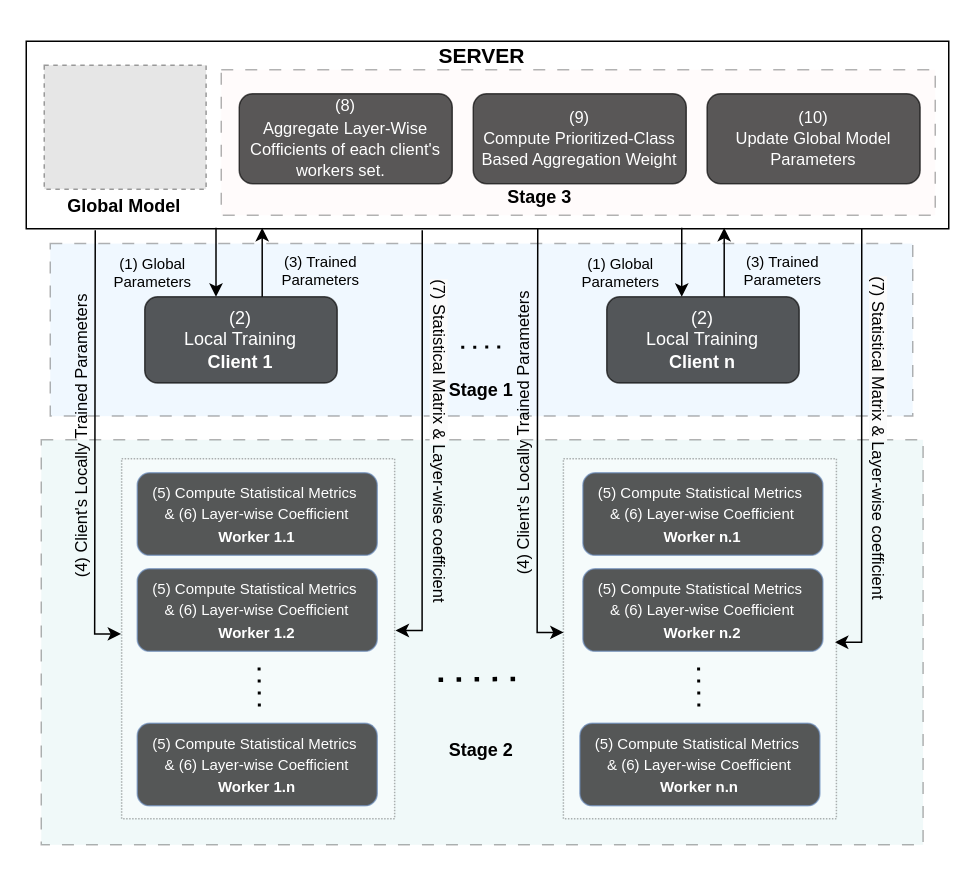
This is Copy of FedSat_FrameWork_Design.drawio from sujit880/Plotting_Graphs, a draw.io file, before an edit. Source tidied: cells renumbered, new cells numbered last; positions are measured from the earlier drawing's top-left corner, leaving out a move shared by most shapes. Both pictures are drawn from the tidied source at 150%, with x=0, y=0 at pixel (-70, 40). Pictures stored in the file or linked from it are replaced by grey dashed boxes.
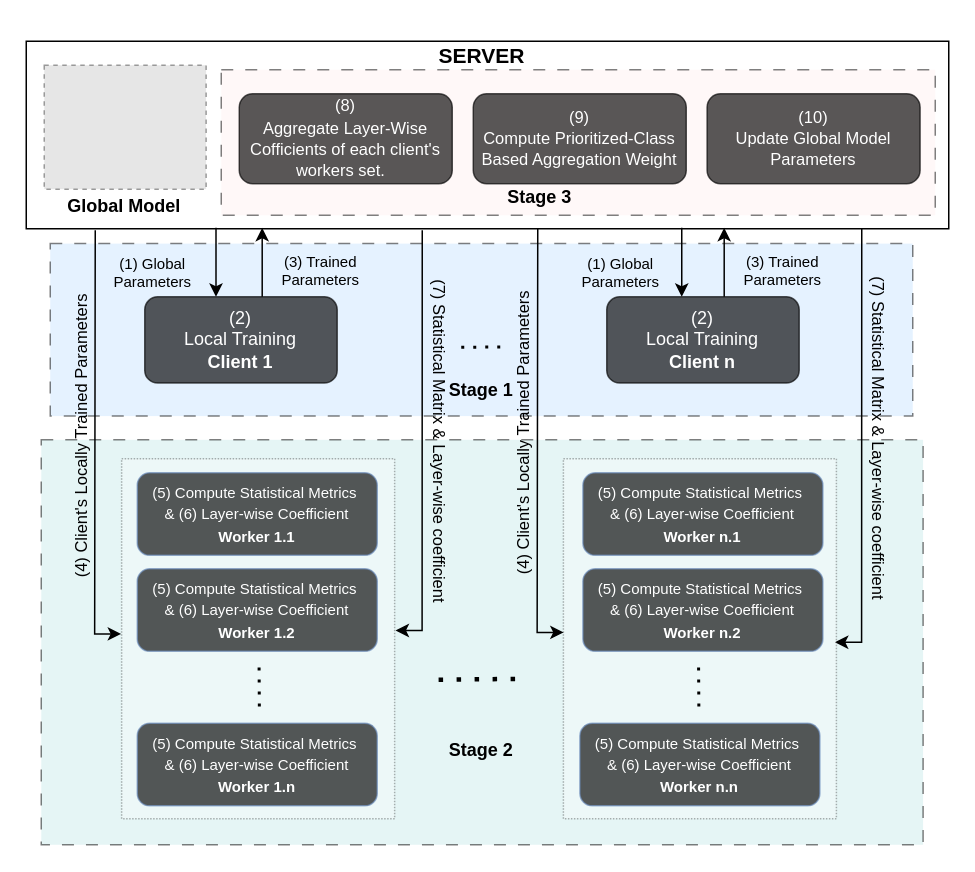
Above is the later version.

The edit, as a diff of the source:
```diff
@@
-    <mxCell id="2" style="rounded=0;whiteSpace=wrap;html=1;dashed=1;dashPattern=8 8;fillColor=#009999;fillOpacity=20;opacity=30;" parent="1" vertex="1">
+    <mxCell id="2" style="rounded=0;whiteSpace=wrap;html=1;dashed=1;dashPattern=8 8;fillColor=#009999;fillOpacity=20;opacity=50;" parent="1" vertex="1">
       <mxGeometry x="74" y="265.7" width="587.9" height="270" as="geometry" />
     </mxCell>
-    <mxCell id="3" style="rounded=0;whiteSpace=wrap;html=1;dashed=1;dashPattern=8 8;imageWidth=25;fillColor=#99CCFF;fillOpacity=50;opacity=30;" parent="1" vertex="1">
+    <mxCell id="3" style="rounded=0;whiteSpace=wrap;html=1;dashed=1;dashPattern=8 8;imageWidth=25;fillColor=#99CCFF;fillOpacity=50;opacity=50;" parent="1" vertex="1">
       <mxGeometry x="80" y="134.9" width="575" height="115" as="geometry" />
     </mxCell>
@@
-    <mxCell id="6" style="rounded=0;whiteSpace=wrap;html=1;dashed=1;dashPattern=8 8;fillColor=#FFCCCC;fillOpacity=30;strokeOpacity=100;opacity=30;" parent="1" vertex="1">
+    <mxCell id="6" style="rounded=0;whiteSpace=wrap;html=1;dashed=1;dashPattern=8 8;fillColor=#FFCCCC;fillOpacity=30;strokeOpacity=100;opacity=50;" parent="1" vertex="1">
       <mxGeometry x="194" y="19" width="476" height="97" as="geometry" />
     </mxCell>
-    <mxCell id="7" value="&lt;font style=&quot;font-size: 11px;&quot;&gt;&lt;font style=&quot;forced-color-adjust: none; color: rgb(0, 0, 0); font-family: Helvetica; font-style: normal; font-variant-ligatures: normal; font-variant-caps: normal; font-weight: 400; letter-spacing: normal; orphans: 2; text-align: center; text-indent: 0px; text-transform: none; widows: 2; word-spacing: 0px; -webkit-text-stroke-width: 0px; white-space: normal; background-color: rgb(251, 251, 251); text-decoration-thickness: initial; text-decoration-style: initial; text-decoration-color: initial; font-size: 11px;&quot;&gt;(7) Statistical Matrix &amp;amp;&amp;nbsp;&lt;/font&gt;&lt;span style=&quot;forced-color-adjust: none; color: rgb(0, 0, 0); font-family: Helvetica; font-style: normal; font-variant-ligatures: normal; font-variant-caps: normal; font-weight: 400; letter-spacing: normal; orphans: 2; text-align: center; text-indent: 0px; text-transform: none; widows: 2; word-spacing: 0px; -webkit-text-stroke-width: 0px; white-space: normal; background-color: initial; text-decoration-thickness: initial; text-decoration-style: initial; text-decoration-color: initial;&quot;&gt;Layer-wise coefficient&lt;/span&gt;&lt;/font&gt;" style="text;whiteSpace=wrap;html=1;flipH=1;flipV=1;direction=west;rotation=90;" parent="1" vertex="1">
+    <mxCell id="7" value="&lt;font style=&quot;font-size: 11px;&quot;&gt;&lt;font style=&quot;forced-color-adjust: none; color: rgb(0, 0, 0); font-family: Helvetica; font-style: normal; font-variant-ligatures: normal; font-variant-caps: normal; font-weight: 400; letter-spacing: normal; orphans: 2; text-align: center; text-indent: 0px; text-transform: none; widows: 2; word-spacing: 0px; -webkit-text-stroke-width: 0px; white-space: normal; text-decoration-thickness: initial; text-decoration-style: initial; text-decoration-color: initial; font-size: 11px;&quot;&gt;(7) Statistical Matrix &amp;amp;&amp;nbsp;&lt;/font&gt;&lt;span style=&quot;forced-color-adjust: none; color: rgb(0, 0, 0); font-family: Helvetica; font-style: normal; font-variant-ligatures: normal; font-variant-caps: normal; font-weight: 400; letter-spacing: normal; orphans: 2; text-align: center; text-indent: 0px; text-transform: none; widows: 2; word-spacing: 0px; -webkit-text-stroke-width: 0px; white-space: normal; text-decoration-thickness: initial; text-decoration-style: initial; text-decoration-color: initial;&quot;&gt;Layer-wise coefficient&lt;/span&gt;&lt;/font&gt;" style="text;whiteSpace=wrap;html=1;flipH=1;flipV=1;direction=west;rotation=90;" parent="1" vertex="1">
       <mxGeometry x="229" y="254" width="220.9" height="27.4" as="geometry" />
     </mxCell>
@@
-    <mxCell id="36" value="&lt;font style=&quot;font-size: 11px;&quot;&gt;&lt;font style=&quot;forced-color-adjust: none; color: rgb(0, 0, 0); font-family: Helvetica; font-style: normal; font-variant-ligatures: normal; font-variant-caps: normal; font-weight: 400; letter-spacing: normal; orphans: 2; text-align: center; text-indent: 0px; text-transform: none; widows: 2; word-spacing: 0px; -webkit-text-stroke-width: 0px; white-space: normal; background-color: rgb(251, 251, 251); text-decoration-thickness: initial; text-decoration-style: initial; text-decoration-color: initial; font-size: 11px;&quot;&gt;(7) Statistical Matrix &amp;amp;&amp;nbsp;&lt;/font&gt;&lt;span style=&quot;forced-color-adjust: none; color: rgb(0, 0, 0); font-family: Helvetica; font-style: normal; font-variant-ligatures: normal; font-variant-caps: normal; font-weight: 400; letter-spacing: normal; orphans: 2; text-align: center; text-indent: 0px; text-transform: none; widows: 2; word-spacing: 0px; -webkit-text-stroke-width: 0px; white-space: normal; background-color: initial; text-decoration-thickness: initial; text-decoration-style: initial; text-decoration-color: initial;&quot;&gt;Layer-wise coefficient&lt;/span&gt;&lt;/font&gt;" style="text;whiteSpace=wrap;html=1;flipH=1;flipV=1;direction=west;rotation=90;" parent="1" vertex="1">
+    <mxCell id="36" value="&lt;font style=&quot;font-size: 11px;&quot;&gt;&lt;font style=&quot;forced-color-adjust: none; color: rgb(0, 0, 0); font-family: Helvetica; font-style: normal; font-variant-ligatures: normal; font-variant-caps: normal; font-weight: 400; letter-spacing: normal; orphans: 2; text-align: center; text-indent: 0px; text-transform: none; widows: 2; word-spacing: 0px; -webkit-text-stroke-width: 0px; white-space: normal; text-decoration-thickness: initial; text-decoration-style: initial; text-decoration-color: initial; font-size: 11px;&quot;&gt;(7) Statistical Matrix &amp;amp;&amp;nbsp;&lt;/font&gt;&lt;span style=&quot;forced-color-adjust: none; color: rgb(0, 0, 0); font-family: Helvetica; font-style: normal; font-variant-ligatures: normal; font-variant-caps: normal; font-weight: 400; letter-spacing: normal; orphans: 2; text-align: center; text-indent: 0px; text-transform: none; widows: 2; word-spacing: 0px; -webkit-text-stroke-width: 0px; white-space: normal; text-decoration-thickness: initial; text-decoration-style: initial; text-decoration-color: initial;&quot;&gt;Layer-wise coefficient&lt;/span&gt;&lt;/font&gt;" style="text;whiteSpace=wrap;html=1;flipH=1;flipV=1;direction=west;rotation=90;" parent="1" vertex="1">
       <mxGeometry x="522" y="252" width="220.9" height="27.4" as="geometry" />
     </mxCell>
```
